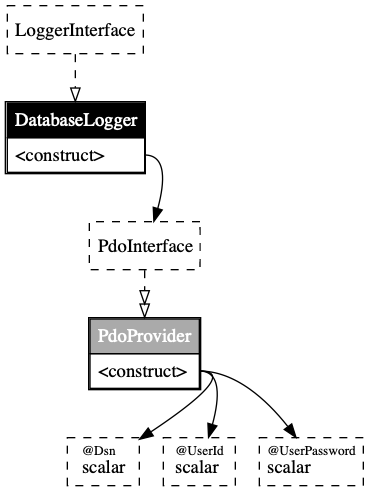
Above: dependency.png in ray-di/Ray.ObjectGrapher (Graphviz), before the change. Its source is kept beside it as dependency.dot.
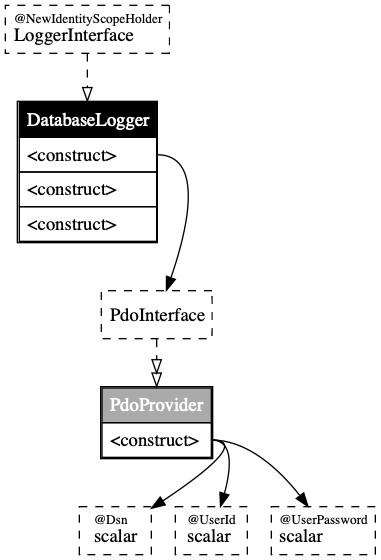
After the commit.

The edit, as a diff of the source:
```diff
@@ -1,8 +1,13 @@
 digraph injector {
 graph [rankdir=TB];
 
-k_73527111 [style=dashed, margin=0.02, label=<<table cellspacing="0" cellpadding="5" cellborder="0" border="0"><tr><td align="left" port="header" bgcolor="#ffffff"><font color="#000000">LoggerInterface<br align="left"/></font></td></tr></table>>, shape=box]
-k_f319525a [style=solid, margin=0.02, label=<<table cellspacing="0" cellpadding="5" cellborder="1" border="0"><tr><td align="left" port="header" bgcolor="#000000"><font color="#ffffff">DatabaseLogger<br align="left"/></font></td></tr><tr><td align="left" port="m_89759092">&lt;construct&gt;</td></tr></table>>, shape=box]
+k_73527111 [style=dashed, margin=0.02, label=<<table cellspacing="0" cellpadding="5" cellborder="0" border="0"><tr><td align="left" port="header" bgcolor="#ffffff">
+<font color="#000000" point-size="10">@NewIdentityScopeHolder<br align="left"/></font>
+<font color="#000000">LoggerInterface<br align="left"/></font></td></tr></table>>, shape=box]
+k_f319525a [style=solid, margin=0.02, label=<<table cellspacing="0" cellpadding="5" cellborder="1" border="0"><tr><td align="left" port="header" bgcolor="#000000"><font color="#ffffff">DatabaseLogger<br align="left"/></font></td></tr><tr><td align="left" port="m_89759092">&lt;construct&gt;</td></tr>
+<tr><td align="left" port="m_89759092">&lt;construct&gt;</td></tr>
+<tr><td align="left" port="m_89759092">&lt;construct&gt;</td></tr>
+</table>>, shape=box]
 k_18fba087 [style=dashed, margin=0.02, label=<<table cellspacing="0" cellpadding="5" cellborder="0" border="0"><tr><td align="left" port="header" bgcolor="#ffffff"><font color="#000000">PdoInterface<br align="left"/></font></td></tr></table>>, shape=box]
 i_18fba087 [style=solid, margin=0.02, label=<<table cellspacing="0" cellpadding="5" cellborder="1" border="0"><tr><td align="left" port="header" bgcolor="#aaaaaa"><font color="#ffffff">PdoProvider<br align="left"/></font></td></tr><tr><td align="left" port="m_65f6d5d3">&lt;construct&gt;</td></tr></table>>, shape=box]
 k_9a9a6f65 [style=dashed, margin=0.02, label=<<table cellspacing="0" cellpadding="5" cellborder="0" border="0"><tr><td align="left" port="header" bgcolor="#ffffff"><font color="#000000" point-size="10">@Dsn<br align="left"/></font><font color="#000000">scalar<br align="left"/></font></td></tr></table>>, shape=box]
```
